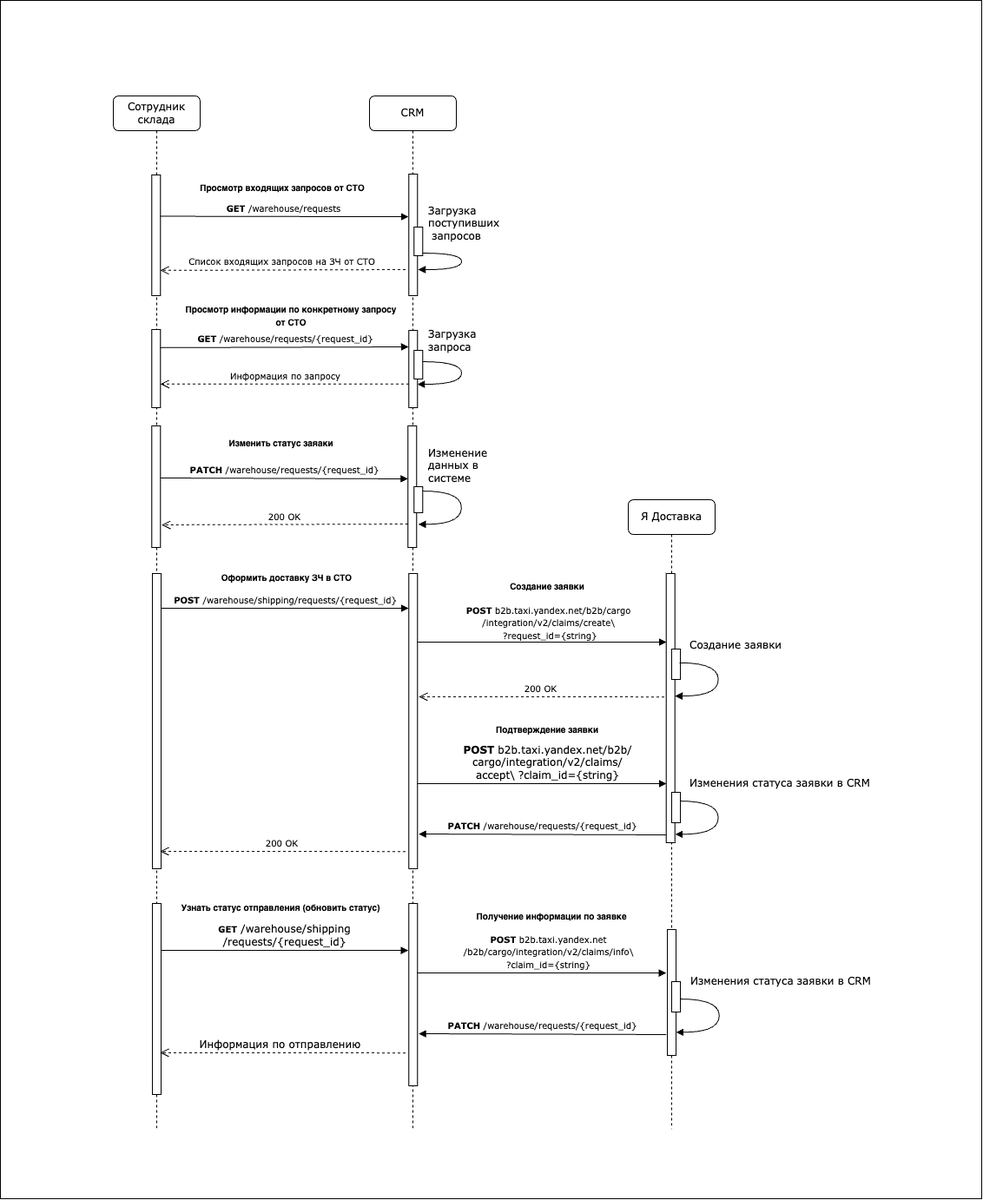
This is OTUS_SA_BASIC/10. API/api.png from dmatwe/projects, a draw.io export, as it was before one commit. Source tidied: cells renumbered, new cells last; positions are measured from the earlier drawing's top-left corner, leaving out a move shared by most shapes.
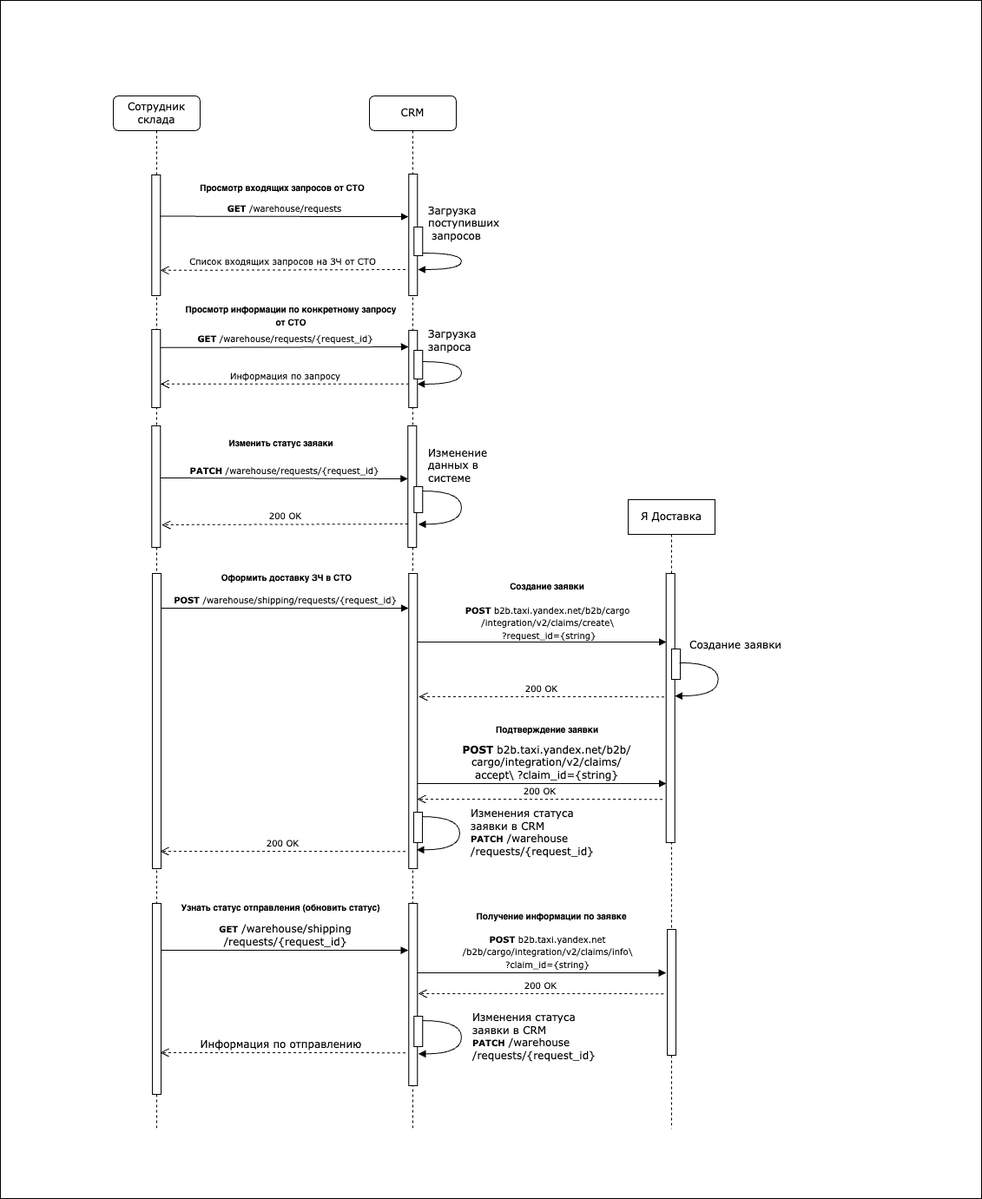
The same diagram one commit later.

Diff of the diagram source:
```diff
@@ -74,6 +74,31 @@
     <mxCell id="20" style="html=1;perimeter=orthogonalPerimeter;rounded=0;shadow=0;comic=0;labelBackgroundColor=none;strokeWidth=1;fontFamily=Verdana;fontSize=12;align=center;" parent="9" vertex="1">
       <mxGeometry x="45.3" y="930" width="10" height="210" as="geometry" />
     </mxCell>
+    <mxCell id="32" value="Изменения статуса &lt;br&gt;заявки в CRM&lt;br&gt;&lt;b style=&quot;border-color: var(--border-color); font-size: 10px; text-align: center;&quot;&gt;PATCH&lt;/b&gt;&amp;nbsp;/warehouse&lt;br&gt;/requests/{request_id}" style="html=1;verticalAlign=bottom;endArrow=block;labelBackgroundColor=none;fontFamily=Verdana;fontSize=12;elbow=vertical;edgeStyle=orthogonalEdgeStyle;curved=1;entryX=1;entryY=0.286;entryPerimeter=0;align=left;" parent="9" edge="1">
+      <mxGeometry x="0.25" y="16" relative="1" as="geometry">
+        <mxPoint x="59.3" y="830" as="sourcePoint" />
+        <mxPoint x="54.3" y="868.4" as="targetPoint" />
+        <Array as="points">
+          <mxPoint x="104" y="830" />
+          <mxPoint x="104" y="868" />
+        </Array>
+        <mxPoint x="11" y="-4" as="offset" />
+      </mxGeometry>
+    </mxCell>
+    <mxCell id="54" style="html=1;perimeter=orthogonalPerimeter;rounded=0;shadow=0;comic=0;labelBackgroundColor=none;strokeWidth=1;fontFamily=Verdana;fontSize=12;align=center;" parent="9" vertex="1">
+      <mxGeometry x="51.3" y="1060" width="10" height="35" as="geometry" />
+    </mxCell>
+    <mxCell id="55" value="Изменения статуса &lt;br&gt;заявки в CRM&lt;br&gt;&lt;b style=&quot;border-color: var(--border-color); font-size: 10px; text-align: center;&quot;&gt;PATCH&lt;/b&gt;&amp;nbsp;/warehouse&lt;br&gt;/requests/{request_id}" style="html=1;verticalAlign=bottom;endArrow=block;labelBackgroundColor=none;fontFamily=Verdana;fontSize=12;elbow=vertical;edgeStyle=orthogonalEdgeStyle;curved=1;entryX=1;entryY=0.286;entryPerimeter=0;align=left;" parent="9" edge="1">
+      <mxGeometry x="0.25" y="16" relative="1" as="geometry">
+        <mxPoint x="61.3" y="1065" as="sourcePoint" />
+        <mxPoint x="56.3" y="1103.4" as="targetPoint" />
+        <Array as="points">
+          <mxPoint x="106" y="1065" />
+          <mxPoint x="106" y="1103" />
+        </Array>
+        <mxPoint x="11" y="-4" as="offset" />
+      </mxGeometry>
+    </mxCell>
     <mxCell id="21" value="&lt;font style=&quot;font-size: 10px;&quot;&gt;&lt;b&gt;GET&lt;/b&gt; /warehouse/requests&lt;/font&gt;" style="html=1;verticalAlign=bottom;endArrow=block;labelBackgroundColor=none;fontFamily=Verdana;fontSize=12;exitX=0.943;exitY=0.342;exitDx=0;exitDy=0;exitPerimeter=0;entryX=-0.021;entryY=0.351;entryDx=0;entryDy=0;entryPerimeter=0;" parent="1" edge="1" source="4" target="10">
       <mxGeometry relative="1" as="geometry" />
     </mxCell>
@@ -109,37 +134,12 @@
         <mxPoint x="185.8" y="604" as="targetPoint" />
       </mxGeometry>
     </mxCell>
-    <mxCell id="28" value="Я Доставка" style="shape=umlLifeline;perimeter=lifelinePerimeter;whiteSpace=wrap;html=1;rounded=1;shadow=0;comic=0;labelBackgroundColor=none;strokeWidth=1;fontFamily=Verdana;fontSize=12;align=center;" parent="1" vertex="1">
+    <mxCell id="28" value="Я Доставка" style="shape=umlLifeline;perimeter=lifelinePerimeter;whiteSpace=wrap;html=1;rounded=0;shadow=0;comic=0;labelBackgroundColor=none;strokeWidth=1;fontFamily=Verdana;fontSize=12;align=center;" parent="1" vertex="1">
       <mxGeometry x="723" y="575" width="100" height="725" as="geometry" />
     </mxCell>
     <mxCell id="29" style="html=1;perimeter=orthogonalPerimeter;rounded=0;shadow=0;comic=0;labelBackgroundColor=none;strokeWidth=1;fontFamily=Verdana;fontSize=12;align=center;" parent="28" vertex="1">
       <mxGeometry x="45" y="495" width="10" height="145" as="geometry" />
     </mxCell>
-    <mxCell id="30" style="html=1;perimeter=orthogonalPerimeter;rounded=0;shadow=0;comic=0;labelBackgroundColor=none;strokeWidth=1;fontFamily=Verdana;fontSize=12;align=center;" parent="28" vertex="1">
-      <mxGeometry x="50" y="555" width="10" height="35" as="geometry" />
-    </mxCell>
-    <mxCell id="31" value="Изменения статуса заявки в CRM" style="html=1;verticalAlign=bottom;endArrow=block;labelBackgroundColor=none;fontFamily=Verdana;fontSize=12;elbow=vertical;edgeStyle=orthogonalEdgeStyle;curved=1;entryX=1;entryY=0.286;entryPerimeter=0;align=left;" parent="28" edge="1">
-      <mxGeometry x="-0.88" y="11" relative="1" as="geometry">
-        <mxPoint x="60" y="575" as="sourcePoint" />
-        <mxPoint x="55" y="613.4" as="targetPoint" />
-        <Array as="points">
-          <mxPoint x="104.7" y="575" />
-          <mxPoint x="104.7" y="613" />
-        </Array>
-        <mxPoint x="1" as="offset" />
-      </mxGeometry>
-    </mxCell>
-    <mxCell id="32" value="Изменения статуса заявки в CRM" style="html=1;verticalAlign=bottom;endArrow=block;labelBackgroundColor=none;fontFamily=Verdana;fontSize=12;elbow=vertical;edgeStyle=orthogonalEdgeStyle;curved=1;entryX=1;entryY=0.286;entryPerimeter=0;align=left;" parent="28" edge="1">
-      <mxGeometry x="-0.88" y="11" relative="1" as="geometry">
-        <mxPoint x="59" y="347" as="sourcePoint" />
-        <mxPoint x="54" y="385.4" as="targetPoint" />
-        <Array as="points">
-          <mxPoint x="103.7" y="347" />
-          <mxPoint x="103.7" y="385" />
-        </Array>
-        <mxPoint x="1" as="offset" />
-      </mxGeometry>
-    </mxCell>
     <mxCell id="33" value="&lt;b&gt;&lt;font style=&quot;font-size: 10px;&quot;&gt;Изменить статус заяаки&amp;nbsp;&lt;/font&gt;&lt;/b&gt;" style="text;html=1;strokeColor=none;fillColor=none;align=center;verticalAlign=middle;whiteSpace=wrap;rounded=0;" parent="1" vertex="1">
       <mxGeometry x="200.3" y="495" width="250" height="30" as="geometry" />
     </mxCell>
@@ -183,9 +183,6 @@
         <mxPoint x="1" as="offset" />
       </mxGeometry>
     </mxCell>
-    <mxCell id="40" style="html=1;perimeter=orthogonalPerimeter;rounded=0;shadow=0;comic=0;labelBackgroundColor=none;strokeWidth=1;fontFamily=Verdana;fontSize=12;align=center;" parent="1" vertex="1">
-      <mxGeometry x="773" y="912" width="10" height="35" as="geometry" />
-    </mxCell>
     <mxCell id="41" value="&lt;font style=&quot;font-size: 10px;&quot;&gt;&lt;b&gt;POST &lt;/b&gt;b2b.taxi.yandex.net/b2b/cargo&lt;br&gt;/integration/v2/claims/create\&lt;br&gt;&amp;nbsp;?request_id={string}&lt;/font&gt;" style="html=1;verticalAlign=bottom;endArrow=block;labelBackgroundColor=none;fontFamily=Verdana;fontSize=12;exitX=0.943;exitY=0.342;exitDx=0;exitDy=0;exitPerimeter=0;" parent="1" edge="1">
       <mxGeometry x="0.05" y="-2" relative="1" as="geometry">
         <mxPoint x="480" y="739" as="sourcePoint" />
@@ -214,12 +211,6 @@
     <mxCell id="46" value="&lt;b&gt;&lt;font style=&quot;font-size: 10px;&quot;&gt;Оформить доставку ЗЧ в СТО&lt;/font&gt;&lt;/b&gt;" style="text;html=1;strokeColor=none;fillColor=none;align=center;verticalAlign=middle;whiteSpace=wrap;rounded=0;" parent="1" vertex="1">
       <mxGeometry x="220" y="650" width="220" height="30" as="geometry" />
     </mxCell>
-    <mxCell id="47" value="&lt;font style=&quot;font-size: 10px;&quot;&gt;&lt;b&gt;PATCH&lt;/b&gt; /warehouse/requests/{request_id}&lt;/font&gt;" style="html=1;verticalAlign=bottom;endArrow=none;labelBackgroundColor=none;fontFamily=Verdana;fontSize=12;exitX=0.981;exitY=0.272;exitDx=0;exitDy=0;exitPerimeter=0;startArrow=block;startFill=1;endFill=0;" parent="1" edge="1">
-      <mxGeometry relative="1" as="geometry">
-        <mxPoint x="481.7" y="960" as="sourcePoint" />
-        <mxPoint x="766.7" y="961" as="targetPoint" />
-      </mxGeometry>
-    </mxCell>
     <mxCell id="48" value="&lt;span style=&quot;font-size: 10px;&quot;&gt;&lt;b&gt;GET&lt;/b&gt;&lt;/span&gt; /warehouse/shipping&lt;br&gt;/requests/{request_id}" style="html=1;verticalAlign=bottom;endArrow=block;labelBackgroundColor=none;fontFamily=Verdana;fontSize=12;" parent="1" edge="1">
       <mxGeometry relative="1" as="geometry">
         <mxPoint x="185" y="1094" as="sourcePoint" />
@@ -238,17 +229,26 @@
     <mxCell id="51" value="&lt;b&gt;&lt;font style=&quot;font-size: 10px;&quot;&gt;Получение информации по заявке&lt;/font&gt;&lt;/b&gt;" style="text;html=1;strokeColor=none;fillColor=none;align=center;verticalAlign=middle;whiteSpace=wrap;rounded=0;" parent="1" vertex="1">
       <mxGeometry x="530" y="1040" width="210" height="30" as="geometry" />
     </mxCell>
-    <mxCell id="52" value="&lt;font style=&quot;font-size: 10px;&quot;&gt;&lt;b&gt;PATCH&lt;/b&gt; /warehouse/requests/{request_id}&lt;/font&gt;" style="html=1;verticalAlign=bottom;endArrow=none;labelBackgroundColor=none;fontFamily=Verdana;fontSize=12;exitX=0.981;exitY=0.272;exitDx=0;exitDy=0;exitPerimeter=0;startArrow=block;startFill=1;endFill=0;" parent="1" edge="1">
-      <mxGeometry relative="1" as="geometry">
-        <mxPoint x="481.7" y="1190" as="sourcePoint" />
-        <mxPoint x="766.7" y="1191" as="targetPoint" />
-      </mxGeometry>
-    </mxCell>
     <mxCell id="53" value="Информация по отправлению&amp;nbsp;" style="html=1;verticalAlign=bottom;endArrow=open;dashed=1;endSize=8;labelBackgroundColor=none;fontFamily=Verdana;fontSize=12;exitX=-0.244;exitY=0.723;exitDx=0;exitDy=0;exitPerimeter=0;" parent="1" edge="1">
       <mxGeometry relative="1" as="geometry">
         <mxPoint x="466.6" y="1212.1" as="sourcePoint" />
         <mxPoint x="184" y="1212" as="targetPoint" />
       </mxGeometry>
     </mxCell>
+    <mxCell id="56" value="&lt;font style=&quot;font-size: 10px;&quot;&gt;200 OK&lt;/font&gt;" style="html=1;verticalAlign=bottom;endArrow=open;dashed=1;endSize=8;labelBackgroundColor=none;fontFamily=Verdana;fontSize=12;exitX=-0.244;exitY=0.723;exitDx=0;exitDy=0;exitPerimeter=0;" parent="1" edge="1">
+      <mxGeometry relative="1" as="geometry">
+        <mxPoint x="762.6" y="920.1" as="sourcePoint" />
+        <mxPoint x="480" y="920" as="targetPoint" />
+      </mxGeometry>
+    </mxCell>
+    <mxCell id="57" style="html=1;perimeter=orthogonalPerimeter;rounded=0;shadow=0;comic=0;labelBackgroundColor=none;strokeWidth=1;fontFamily=Verdana;fontSize=12;align=center;" parent="1" vertex="1">
+      <mxGeometry x="476" y="935" width="10" height="35" as="geometry" />
+    </mxCell>
+    <mxCell id="58" value="&lt;font style=&quot;font-size: 10px;&quot;&gt;200 OK&lt;/font&gt;" style="html=1;verticalAlign=bottom;endArrow=open;dashed=1;endSize=8;labelBackgroundColor=none;fontFamily=Verdana;fontSize=12;exitX=-0.244;exitY=0.723;exitDx=0;exitDy=0;exitPerimeter=0;" parent="1" edge="1">
+      <mxGeometry relative="1" as="geometry">
+        <mxPoint x="763.7" y="1144.1" as="sourcePoint" />
+        <mxPoint x="481.1" y="1144" as="targetPoint" />
+      </mxGeometry>
+    </mxCell>
   </root>
 </mxGraphModel>
```
